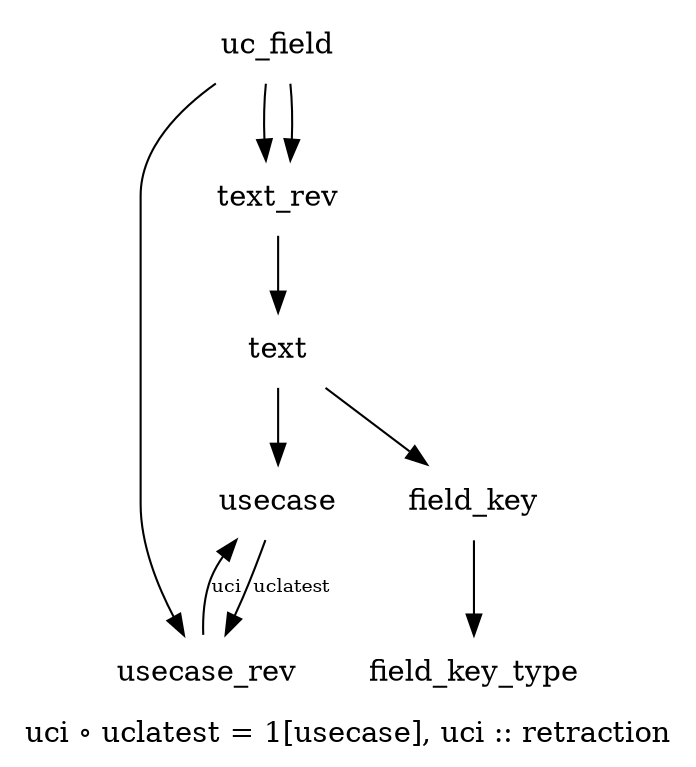
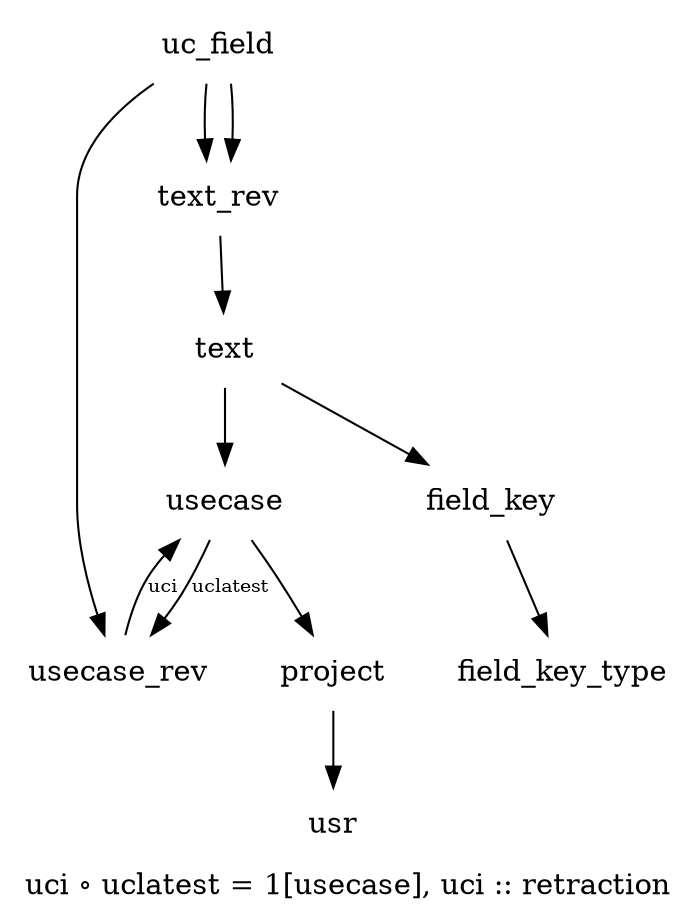
digraph G {

  node [shape=none]
  edge [fontsize=9]

  { node[fontcolor=gray]
    // SavedStepsAndLabels [label="<SavedSteps,StepsAndLabels>"]
  }

field_key_type
field_key
usecase
usecase_rev
text
text_rev
uc_field
+ usr
+ project

+ usecase -> project -> usr
field_key -> field_key_type
usecase_rev -> usecase [label="uci"]
text -> {usecase;field_key}
text_rev -> text
uc_field -> {usecase_rev;text_rev}
uc_field -> text_rev
usecase -> usecase_rev [label="uclatest"]

graph[label="uci ∘ uclatest = 1[usecase], uci :: retraction"]
}
